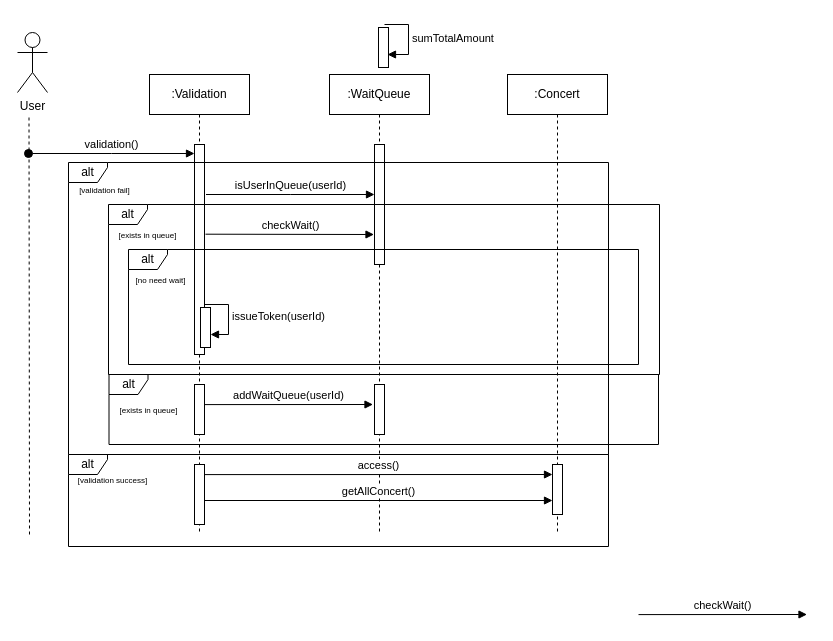
dalkjsdlf/concert-reservation keeps this draw.io diagram as doc/콘서트예매접근.drawio. Above is the earlier version. Source tidied: cells renumbered, new cells numbered last; positions are measured from the earlier drawing's top-left corner, leaving out a move shared by most shapes. Both pictures are drawn from the tidied source at 100%, with x=0, y=0 at pixel (17, 24).
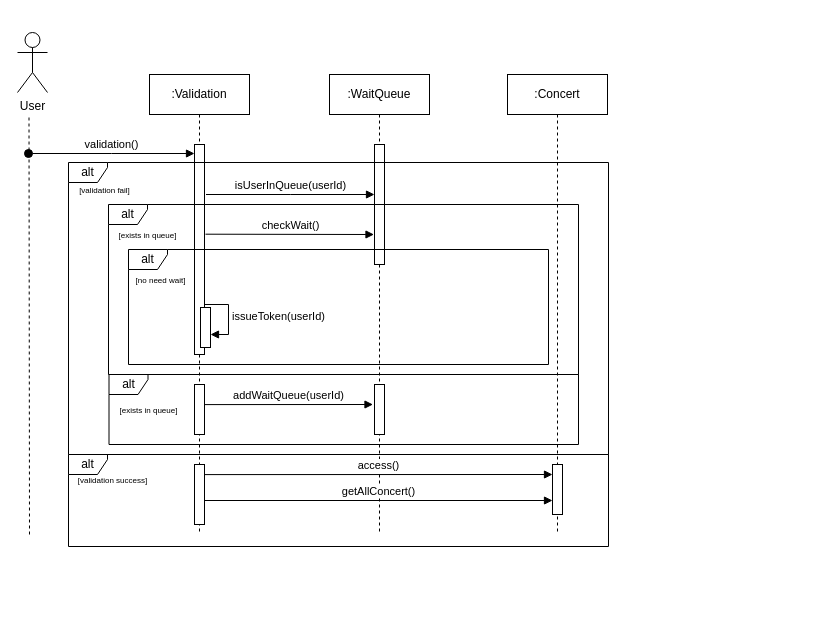
The same diagram, later.

Commit message:
자잘한 실수 제거 및 조정

What changed in the source:
```diff
@@
-    <mxCell id="12" value="sumTotalAmount" style="html=1;align=left;spacingLeft=2;endArrow=block;rounded=0;edgeStyle=orthogonalEdgeStyle;curved=0;rounded=0;" parent="1" edge="1">
-      <mxGeometry relative="1" as="geometry">
-        <mxPoint x="367" as="sourcePoint" />
-        <mxPoint x="370" y="30" as="targetPoint" />
-        <Array as="points">
-          <mxPoint x="391" />
-          <mxPoint x="391" y="30" />
-        </Array>
-      </mxGeometry>
-    </mxCell>
-    <mxCell id="13" style="html=1;perimeter=orthogonalPerimeter;targetShapes=umlLifeline;newEdgeStyle={&quot;curved&quot;:0,&quot;rounded&quot;:0};" parent="1" vertex="1">
-      <mxGeometry x="361" y="3" width="10" height="40" as="geometry" />
-    </mxCell>
@@
     <mxCell id="17" value="alt" style="shape=umlFrame;whiteSpace=wrap;html=1;width=39;height=20;" parent="1" vertex="1">
-      <mxGeometry x="91.5" y="350" width="549.5" height="70" as="geometry" />
+      <mxGeometry x="91.5" y="350" width="469.5" height="70" as="geometry" />
     </mxCell>
@@
     <mxCell id="19" value="alt" style="shape=umlFrame;whiteSpace=wrap;html=1;width=39;height=20;" parent="1" vertex="1">
-      <mxGeometry x="91" y="180" width="551" height="170" as="geometry" />
+      <mxGeometry x="91" y="180" width="470" height="170" as="geometry" />
     </mxCell>
@@
-    <mxCell id="21" value="checkWait()" style="html=1;verticalAlign=bottom;endArrow=block;edgeStyle=elbowEdgeStyle;elbow=vertical;curved=0;rounded=0;" parent="1" edge="1">
-      <mxGeometry relative="1" as="geometry">
-        <mxPoint x="621" y="590.1" as="sourcePoint" />
-        <mxPoint x="789.5" y="590.1" as="targetPoint" />
-      </mxGeometry>
-    </mxCell>
@@
     <mxCell id="24" value="alt" style="shape=umlFrame;whiteSpace=wrap;html=1;width=39;height=20;" parent="1" vertex="1">
-      <mxGeometry x="111" y="225" width="510" height="115" as="geometry" />
+      <mxGeometry x="111" y="225" width="420" height="115" as="geometry" />
     </mxCell>
```
